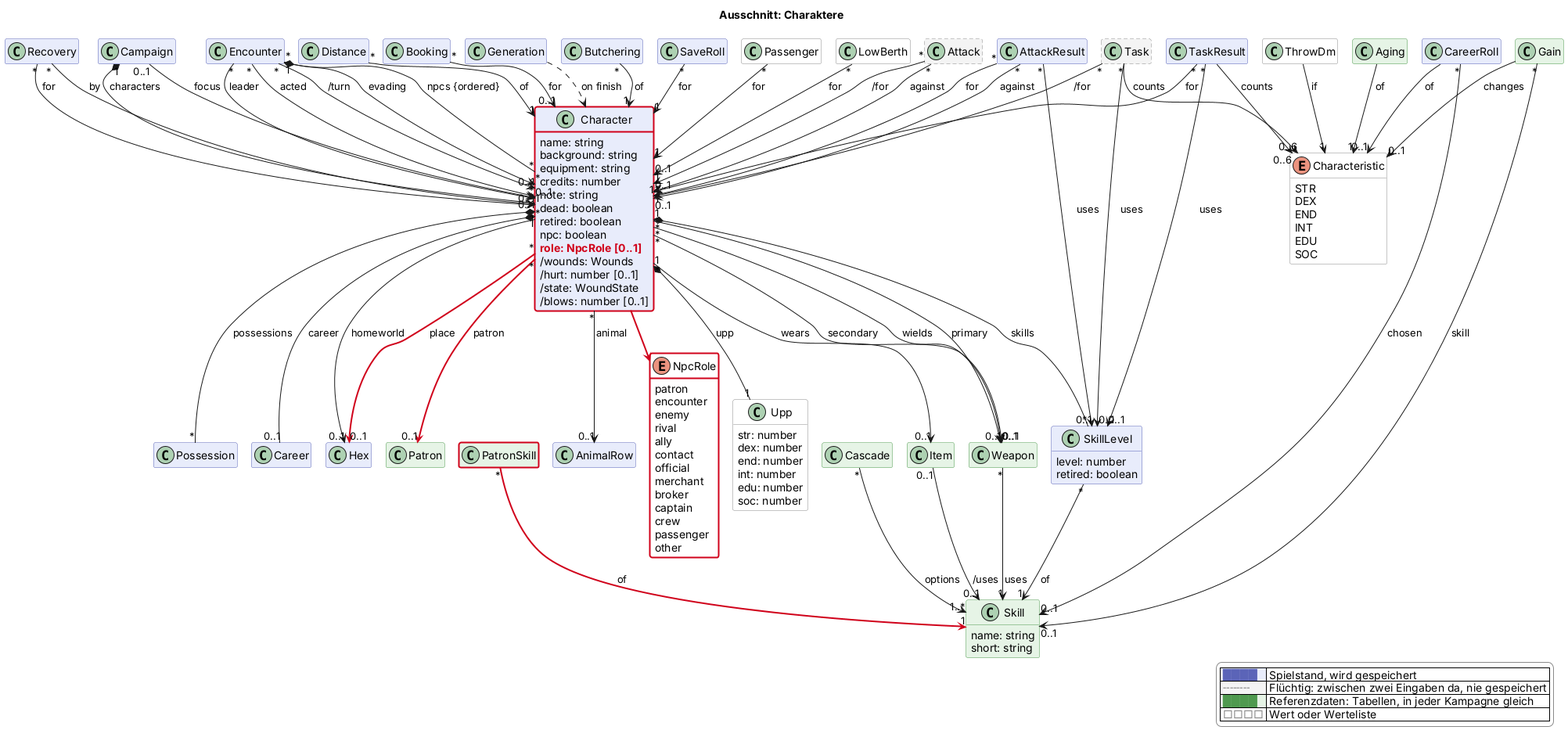
scuzzar/SRE keeps this PlantUML diagram as docs/views/charakter.png. Above is the earlier version.
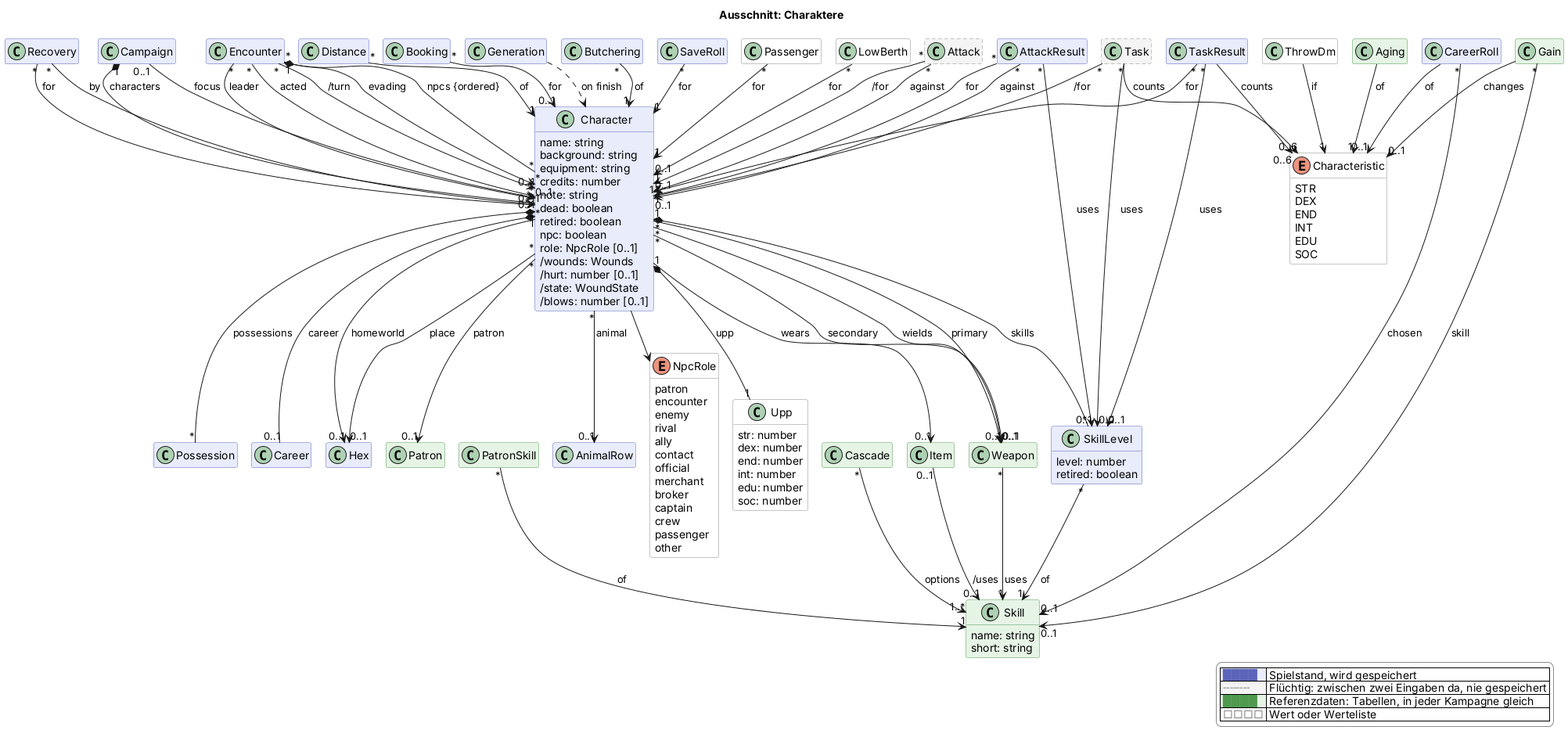
Above is the later version.

The edit, as a diff of the source:
```diff
@@ -77,13 +77,13 @@
     dead: boolean
     retired: boolean
     npc: boolean
-    $new("2026-11-14", "role: NpcRole [0..1]")
+    role: NpcRole [0..1]
     /wounds: Wounds
     /hurt: number [0..1]
     /state: WoundState
     /blows: number [0..1]
   }
-  enum NpcRole <<value>> $charakter $newClass("2026-11-14") {
+  enum NpcRole <<value>> $charakter {
     patron
     encounter
     enemy
@@ -132,7 +132,7 @@
   class Encounter $begegnung
   class Distance $begegnung
   class Patron <<reference>> $begegnung
-  class PatronSkill <<reference>> $begegnung $newClass("2026-11-14")
+  class PatronSkill <<reference>> $begegnung
   class AnimalRow $begegnung
 
   class Skill <<reference>> $charakter {
@@ -164,9 +164,9 @@
 Generation ..> Character : on finish
 Character "1" *-- "0..1" Career : career
 Character "*" --> "0..1" Hex : homeworld
-Character "*" -$newArrow("2026-11-14")-> "0..1" Hex : place
-Character "*" -$newArrow("2026-11-14")-> "0..1" Patron : patron
-Character -$newArrow("2026-11-14")-> NpcRole
+Character "*" --> "0..1" Hex : place
+Character "*" --> "0..1" Patron : patron
+Character --> NpcRole
 CareerRoll --> "0..1" Characteristic : of
 CareerRoll "*" --> "0..1" Skill : chosen
 
@@ -190,7 +190,7 @@
 
 Recovery "*" --> "1" Character : for
 Recovery "*" --> "0..1" Character : by
-PatronSkill "*" -$newArrow("2026-11-14")-> "1" Skill : of
+PatronSkill "*" --> "1" Skill : of
 Butchering "*" --> "1" Character : of
 TaskResult "*" --> "1" Character : for
 TaskResult "*" --> "0..1" SkillLevel : uses
@@ -224,5 +224,4 @@
   |<#e6f4e6> <color:#4f9a4f>████</color> | Referenzdaten: Tabellen, in jeder Kampagne gleich |
   |<#ffffff> <color:#8a8a8a>□□□□</color> | Wert oder Werteliste |
 endlegend
-class Character #line:d0021b;line.bold
 @enduml
```
